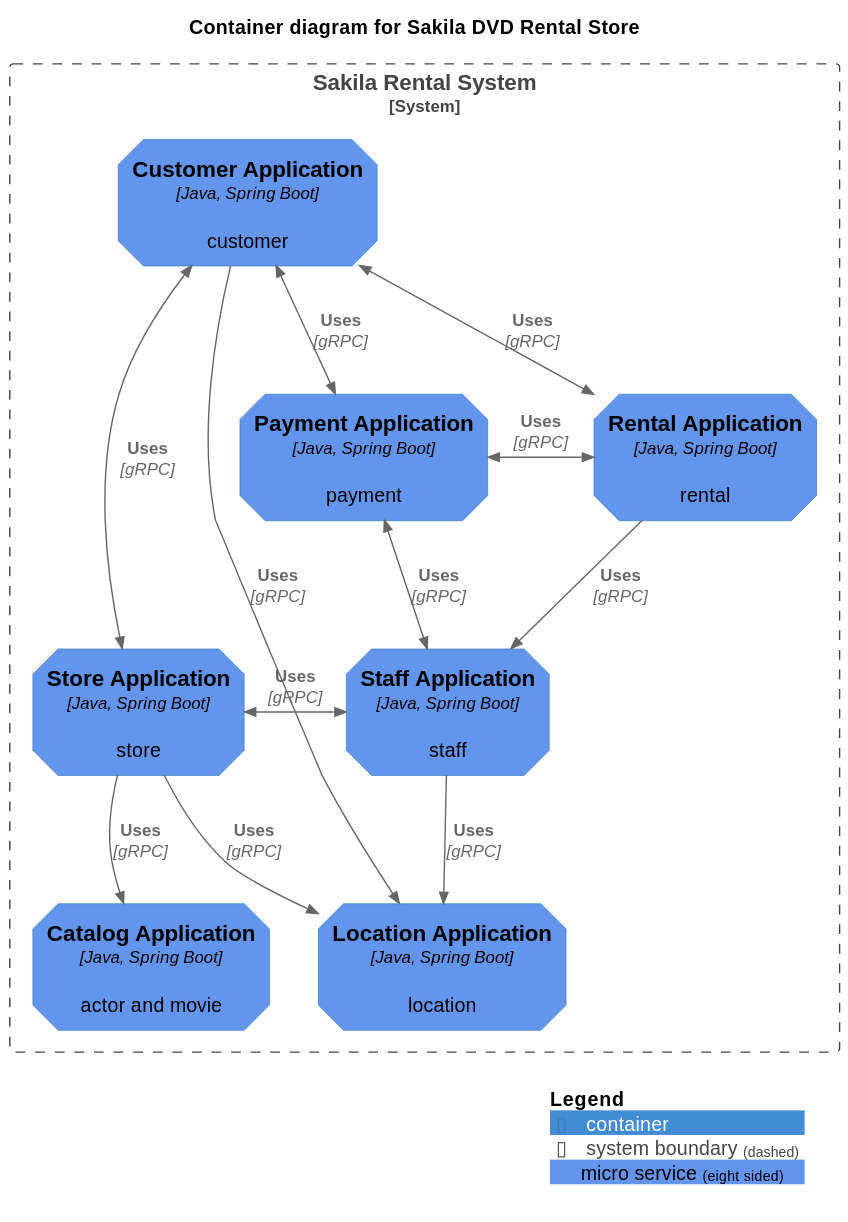
This is diagram/sakila-container.svg from codejsha/sakila-microservices, a PlantUML export, as it was before one commit.
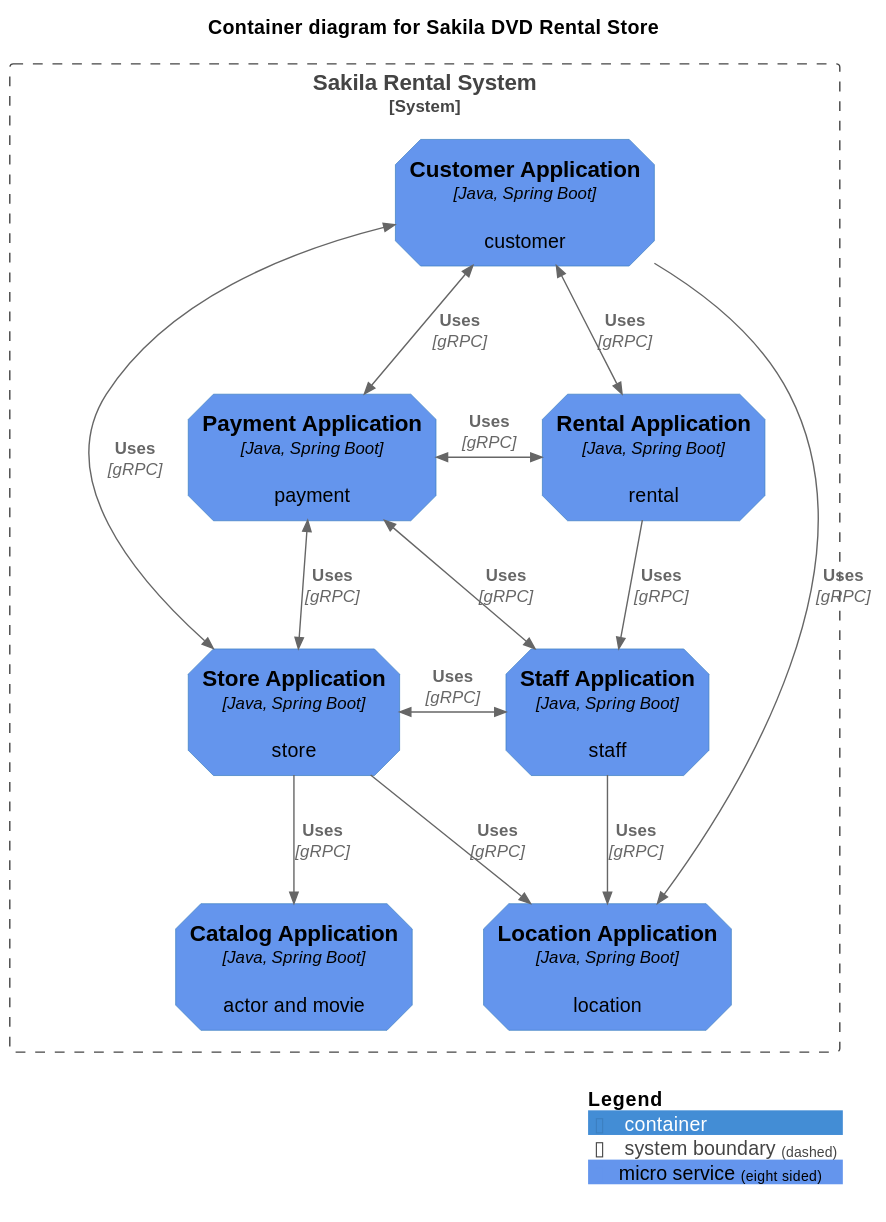
The same diagram one commit later.

Change to the diagram source:
```diff
@@ -23,6 +23,7 @@
 
 BiRel_R(payment_app, rental_app, "Uses", "gRPC")
 BiRel(payment_app, staff_app, "Uses", "gRPC")
+BiRel(payment_app, store_app, "Uses", "gRPC")
 
 Rel(rental_app, staff_app, "Uses", "gRPC")
 
```
